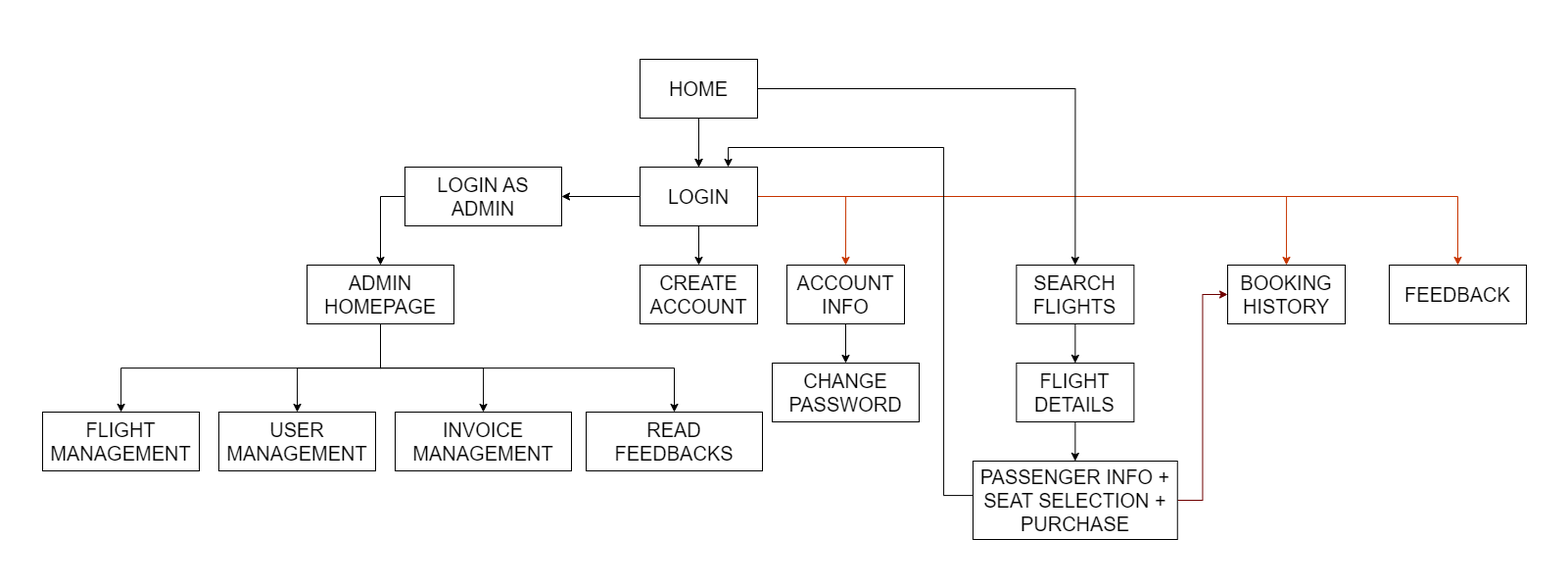
The draw.io diagram Sitemap/sitemap.png in duykasama/Flight-Booking-Website, before a commit. Source tidied: cells renumbered, new cells last; positions are measured from the earlier drawing's top-left corner, leaving out a move shared by most shapes.
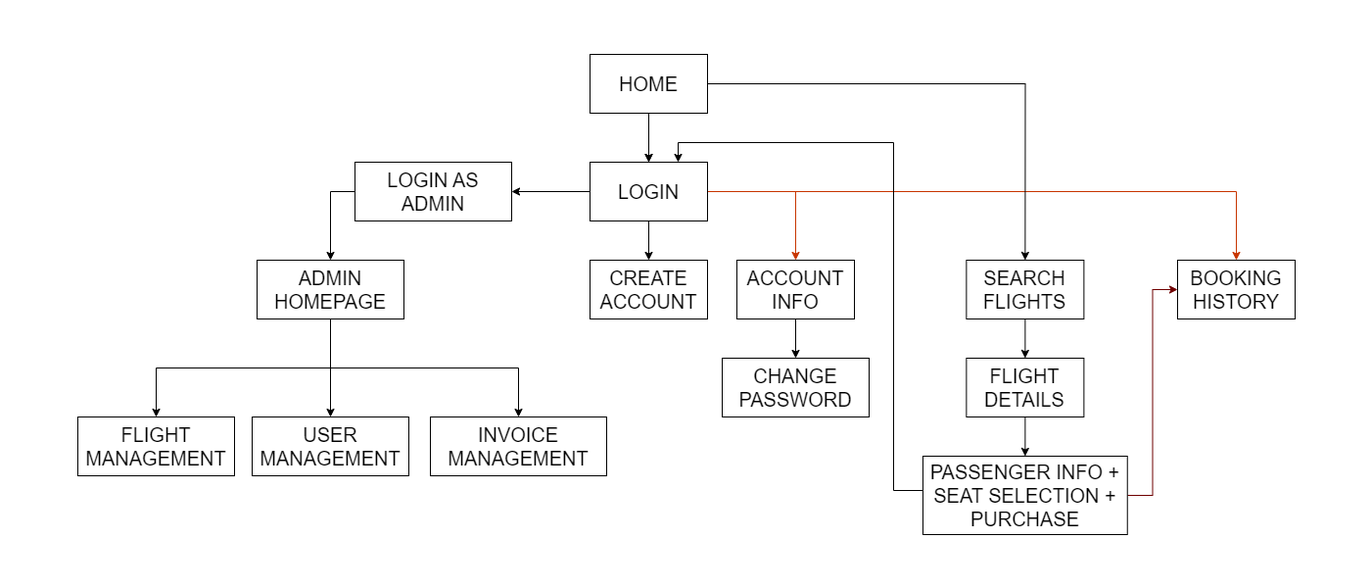
After the change.

What changed in the source:
```diff
@@ -5,9 +5,6 @@
     <mxCell id="2" style="edgeStyle=orthogonalEdgeStyle;rounded=0;jettySize=auto;html=1;exitX=1;exitY=0.5;exitDx=0;exitDy=0;entryX=0.5;entryY=0;entryDx=0;entryDy=0;fontSize=20;fillColor=#fa6800;strokeColor=#C73500;jumpSize=30;" parent="1" edge="1" source="7" target="24">
       <mxGeometry relative="1" as="geometry" />
     </mxCell>
-    <mxCell id="3" style="edgeStyle=orthogonalEdgeStyle;rounded=0;jettySize=auto;html=1;exitX=1;exitY=0.5;exitDx=0;exitDy=0;entryX=0.5;entryY=0;entryDx=0;entryDy=0;fontSize=20;fillColor=#fa6800;strokeColor=#C73500;jumpSize=30;" parent="1" edge="1" source="7" target="23">
-      <mxGeometry relative="1" as="geometry" />
-    </mxCell>
     <mxCell id="4" style="edgeStyle=orthogonalEdgeStyle;rounded=0;jettySize=auto;html=1;exitX=0;exitY=0.5;exitDx=0;exitDy=0;entryX=1;entryY=0.5;entryDx=0;entryDy=0;fontSize=20;" parent="1" edge="1" source="7" target="18">
       <mxGeometry relative="1" as="geometry" />
     </mxCell>
@@ -29,9 +26,6 @@
     <mxCell id="10" style="edgeStyle=orthogonalEdgeStyle;rounded=0;jettySize=auto;html=1;exitX=0.5;exitY=1;exitDx=0;exitDy=0;entryX=0.5;entryY=0;entryDx=0;entryDy=0;fontSize=20;" parent="1" edge="1" source="12" target="20">
       <mxGeometry relative="1" as="geometry" />
     </mxCell>
-    <mxCell id="11" style="edgeStyle=orthogonalEdgeStyle;rounded=0;jettySize=auto;html=1;exitX=0.5;exitY=1;exitDx=0;exitDy=0;entryX=0.5;entryY=0;entryDx=0;entryDy=0;fontSize=20;" parent="1" edge="1" source="12" target="22">
-      <mxGeometry relative="1" as="geometry" />
-    </mxCell>
     <mxCell id="12" value="ADMIN HOMEPAGE" style="whiteSpace=wrap;html=1;fontSize=20;" parent="1" vertex="1">
       <mxGeometry x="270" y="210" width="150" height="60" as="geometry" />
     </mxCell>
@@ -54,20 +48,14 @@
       <mxGeometry x="370" y="110" width="160" height="60" as="geometry" />
     </mxCell>
     <mxCell id="19" value="FLIGHT MANAGEMENT" style="whiteSpace=wrap;html=1;fontSize=20;" parent="1" vertex="1">
-      <mxGeometry y="360" width="160" height="60" as="geometry" />
+      <mxGeometry x="87" y="370" width="160" height="60" as="geometry" />
     </mxCell>
     <mxCell id="20" value="USER MANAGEMENT" style="whiteSpace=wrap;html=1;fontSize=20;" parent="1" vertex="1">
-      <mxGeometry x="180" y="360" width="160" height="60" as="geometry" />
+      <mxGeometry x="265" y="370" width="160" height="60" as="geometry" />
     </mxCell>
     <mxCell id="21" value="INVOICE MANAGEMENT" style="whiteSpace=wrap;html=1;fontSize=20;" parent="1" vertex="1">
-      <mxGeometry x="360" y="360" width="180" height="60" as="geometry" />
+      <mxGeometry x="447" y="370" width="180" height="60" as="geometry" />
     </mxCell>
-    <mxCell id="22" value="READ FEEDBACKS" style="whiteSpace=wrap;html=1;fontSize=20;" parent="1" vertex="1">
-      <mxGeometry x="555" y="360" width="180" height="60" as="geometry" />
-    </mxCell>
-    <mxCell id="23" value="FEEDBACK" style="whiteSpace=wrap;html=1;fontSize=20;" parent="1" vertex="1">
-      <mxGeometry x="1375" y="210" width="140" height="60" as="geometry" />
-    </mxCell>
     <mxCell id="24" value="BOOKING HISTORY" style="whiteSpace=wrap;html=1;fontSize=20;" parent="1" vertex="1">
       <mxGeometry x="1210" y="210" width="120" height="60" as="geometry" />
     </mxCell>
```
